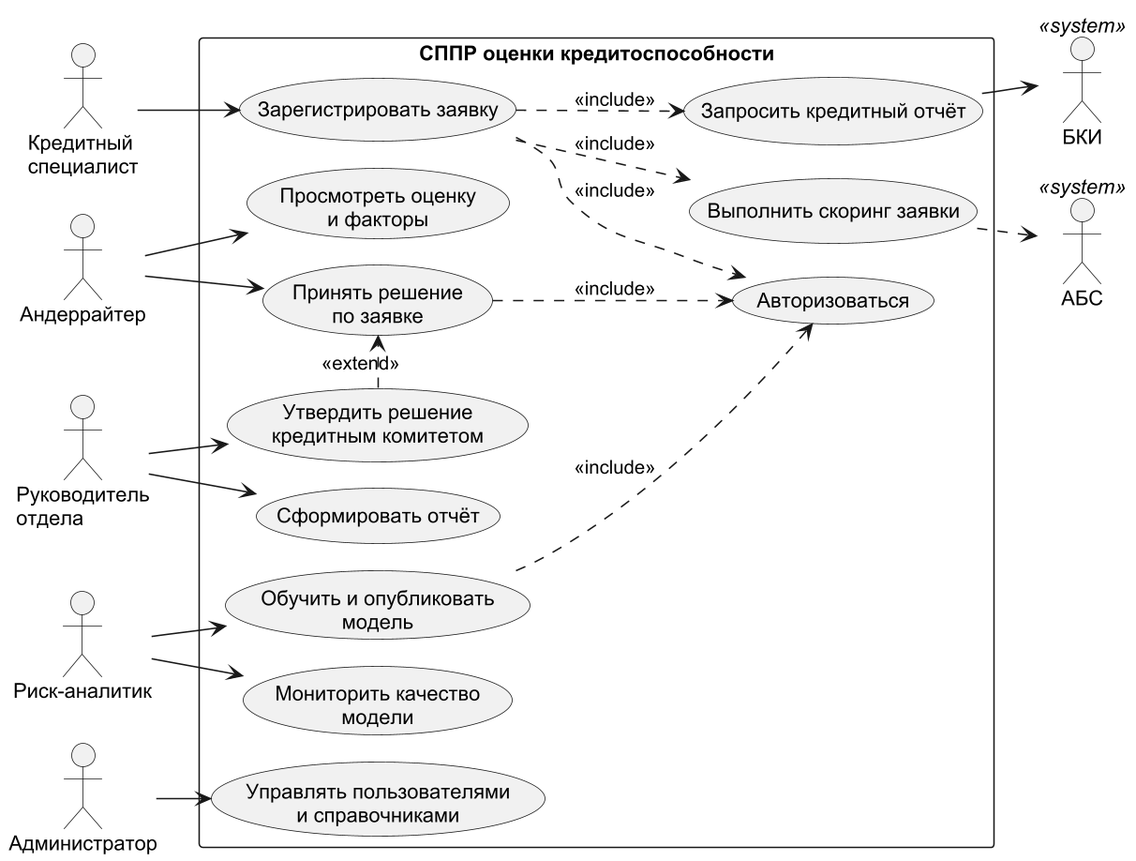
Earlier version of the PlantUML export diagrams/uml_usecase.png (DarkSwordman999/credit-scoring-dss).
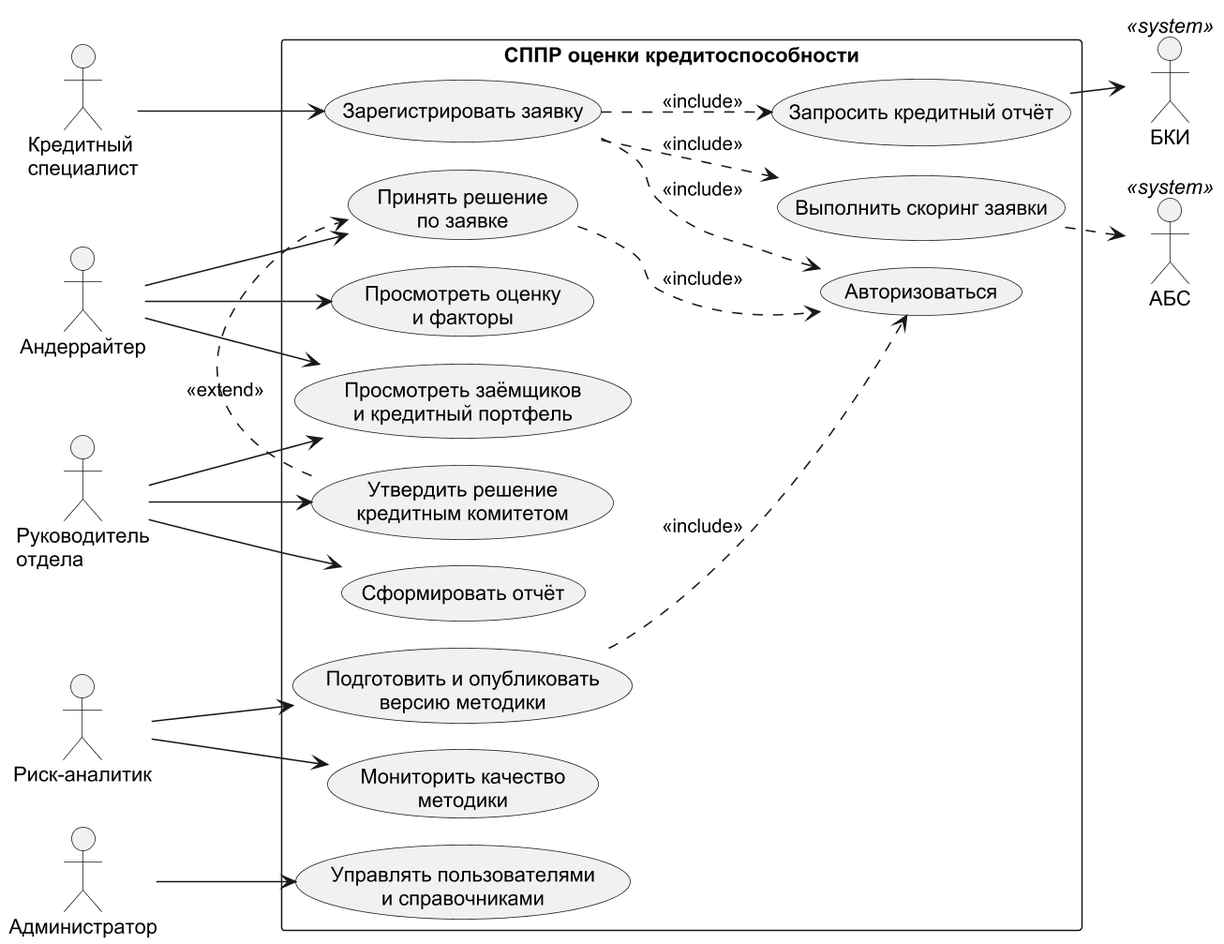
Above is the later version.

Diff of the diagram source:
```diff
@@ -20,10 +20,11 @@
   usecase "Просмотреть оценку\nи факторы" as U4
   usecase "Принять решение\nпо заявке" as U5
   usecase "Утвердить решение\nкредитным комитетом" as U6
-  usecase "Обучить и опубликовать\nмодель" as U7
-  usecase "Мониторить качество\nмодели" as U8
+  usecase "Подготовить и опубликовать\nверсию методики" as U7
+  usecase "Мониторить качество\nметодики" as U8
   usecase "Сформировать отчёт" as U9
   usecase "Управлять пользователями\nи справочниками" as U10
+  usecase "Просмотреть заёмщиков\nи кредитный портфель" as U11
 }
 KS --> U1
 UW --> U4
@@ -33,6 +34,8 @@
 RA --> U7
 RA --> U8
 AD --> U10
+HD --> U11
+UW --> U11
 U1 ..> U2 : <<include>>
 U1 ..> U3 : <<include>>
 U2 --> BKI
```
